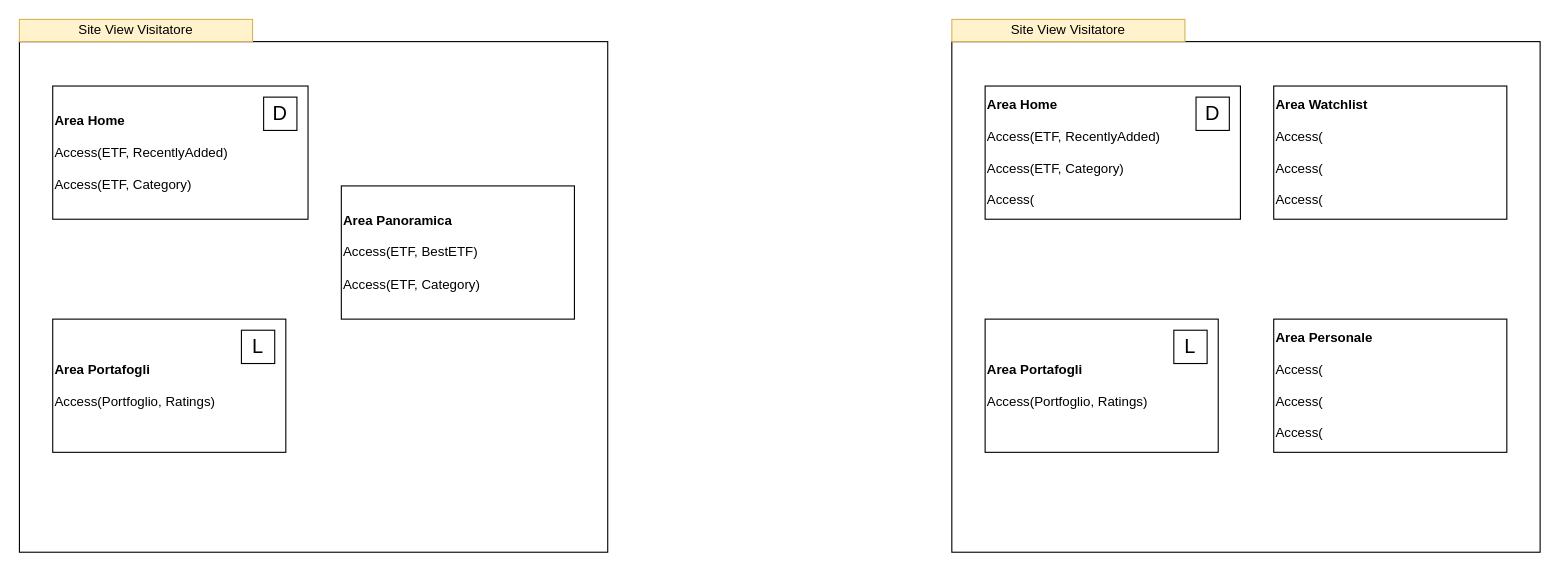
mattiapitossi/sebd keeps this draw.io diagram as page "Coarse" (3 of 3) of user_use_case.drawio. Above is the earlier version. Source tidied: cells renumbered, new cells numbered last; positions are measured from the earlier drawing's top-left corner, leaving out a move shared by most shapes. Both pictures are drawn from the tidied source at 111%, with x=0, y=0 at pixel (19, 19).
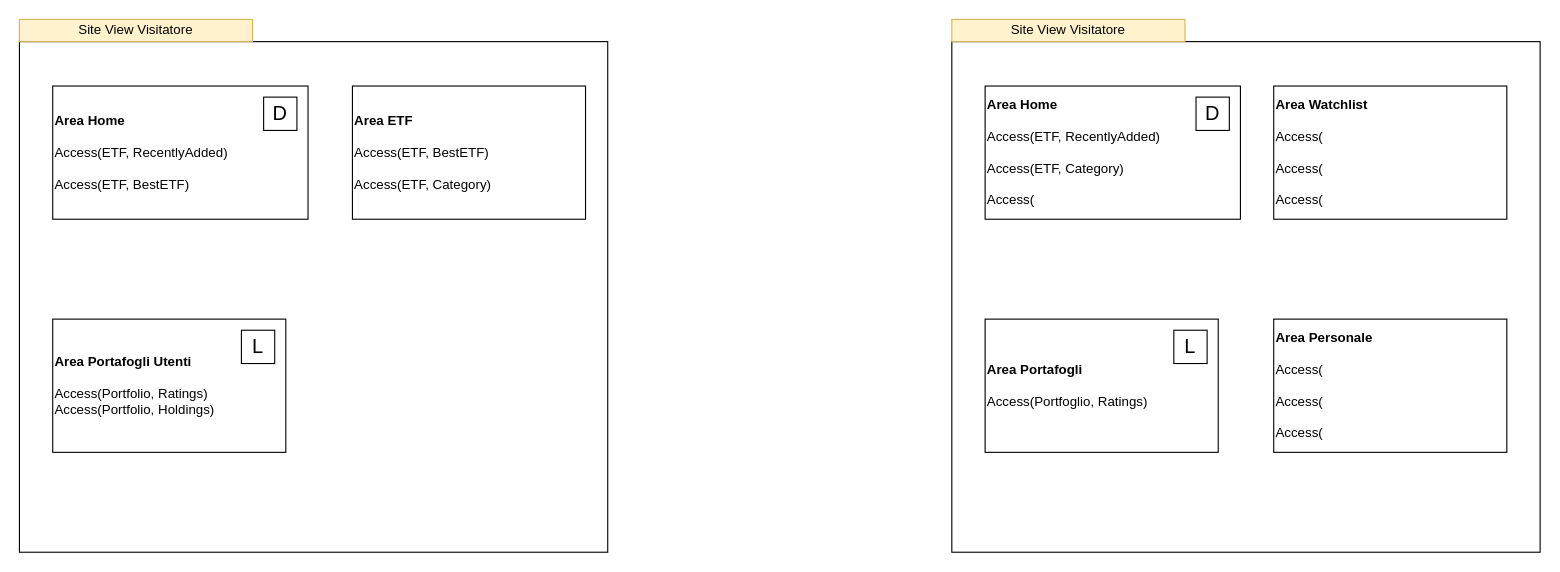
Above is the later version.

The edit, as a diff of the source:
```diff
@@
 <mxGraphModel>
   <root>
     <mxCell id="0" />
     <mxCell id="1" parent="0" />
     <mxCell id="2" style="rounded=0;whiteSpace=wrap;html=1;" parent="1" vertex="1">
       <mxGeometry y="20" width="530" height="460" as="geometry" />
     </mxCell>
-    <mxCell id="3" value="&lt;b&gt;Area Home&lt;br&gt;&lt;/b&gt;&lt;br&gt;Access(ETF, RecentlyAdded)&lt;br&gt;&lt;br&gt;Access(ETF, Category)" style="rounded=0;whiteSpace=wrap;html=1;align=left;" parent="1" vertex="1">
+    <mxCell id="3" value="&lt;b&gt;Area Home&lt;br&gt;&lt;/b&gt;&lt;br&gt;Access(ETF, RecentlyAdded)&lt;br&gt;&lt;br&gt;Access(ETF, BestETF)" style="rounded=0;whiteSpace=wrap;html=1;align=left;" parent="1" vertex="1">
       <mxGeometry x="30" y="60" width="230" height="120" as="geometry" />
     </mxCell>
     <mxCell id="4" value="Site View Visitatore" style="rounded=0;whiteSpace=wrap;html=1;fillColor=#fff2cc;strokeColor=#d6b656;" parent="1" vertex="1">
       <mxGeometry width="210" height="20" as="geometry" />
     </mxCell>
-    <mxCell id="5" value="&lt;b&gt;Area Panoramica&lt;br&gt;&lt;/b&gt;&lt;br&gt;Access(ETF, BestETF)&lt;br&gt;&lt;br&gt;Access(ETF, Category)" style="rounded=0;whiteSpace=wrap;html=1;align=left;" parent="1" vertex="1">
-      <mxGeometry x="290" y="150" width="210" height="120" as="geometry" />
+    <mxCell id="5" value="&lt;b&gt;Area ETF&lt;br&gt;&lt;/b&gt;&lt;br&gt;Access(ETF, BestETF)&lt;br&gt;&lt;br&gt;Access(ETF, Category)" style="rounded=0;whiteSpace=wrap;html=1;align=left;" parent="1" vertex="1">
+      <mxGeometry x="300" y="60" width="210" height="120" as="geometry" />
     </mxCell>
-    <mxCell id="6" value="&lt;b&gt;Area Portafogli&lt;br&gt;&lt;/b&gt;&lt;br&gt;Access(Portfoglio, Ratings)" style="rounded=0;whiteSpace=wrap;html=1;align=left;" parent="1" vertex="1">
+    <mxCell id="6" value="&lt;b&gt;Area Portafogli Utenti&lt;br&gt;&lt;/b&gt;&lt;br&gt;Access(Portfolio, Ratings)&lt;br&gt;Access(Portfolio, Holdings)" style="rounded=0;whiteSpace=wrap;html=1;align=left;" parent="1" vertex="1">
       <mxGeometry x="30" y="270" width="210" height="120" as="geometry" />
     </mxCell>
     <mxCell id="7" value="&lt;font style=&quot;font-size: 18px;&quot;&gt;D&lt;/font&gt;" style="whiteSpace=wrap;html=1;" parent="1" vertex="1">
       <mxGeometry x="220" y="70" width="30" height="30" as="geometry" />
     </mxCell>
     <mxCell id="8" value="&lt;font style=&quot;font-size: 18px;&quot;&gt;L&lt;/font&gt;" style="whiteSpace=wrap;html=1;" parent="1" vertex="1">
       <mxGeometry x="200" y="280" width="30" height="30" as="geometry" />
     </mxCell>
     <mxCell id="9" style="rounded=0;whiteSpace=wrap;html=1;" parent="1" vertex="1">
       <mxGeometry x="840" y="20" width="530" height="460" as="geometry" />
     </mxCell>
     <mxCell id="10" value="&lt;b&gt;Area Home&lt;br&gt;&lt;/b&gt;&lt;br&gt;Access(ETF, RecentlyAdded)&lt;br&gt;&lt;br&gt;Access(ETF, Category)&lt;br&gt;&lt;br&gt;Access(" style="rounded=0;whiteSpace=wrap;html=1;align=left;" parent="1" vertex="1">
       <mxGeometry x="870" y="60" width="230" height="120" as="geometry" />
     </mxCell>
     <mxCell id="11" value="Site View Visitatore" style="rounded=0;whiteSpace=wrap;html=1;fillColor=#fff2cc;strokeColor=#d6b656;" parent="1" vertex="1">
       <mxGeometry x="840" width="210" height="20" as="geometry" />
     </mxCell>
     <mxCell id="12" value="&lt;b&gt;Area Watchlist&lt;br&gt;&lt;/b&gt;&lt;br&gt;Access(&lt;br&gt;&lt;br&gt;Access(&lt;br&gt;&lt;br&gt;Access(" style="rounded=0;whiteSpace=wrap;html=1;align=left;" parent="1" vertex="1">
       <mxGeometry x="1130" y="60" width="210" height="120" as="geometry" />
     </mxCell>
     <mxCell id="13" value="&lt;b&gt;Area Personale&lt;br&gt;&lt;/b&gt;&lt;br&gt;Access(&lt;br&gt;&lt;br&gt;Access(&lt;br&gt;&lt;br&gt;Access(" style="rounded=0;whiteSpace=wrap;html=1;align=left;" parent="1" vertex="1">
       <mxGeometry x="1130" y="270" width="210" height="120" as="geometry" />
     </mxCell>
     <mxCell id="14" value="&lt;b&gt;Area Portafogli&lt;br&gt;&lt;/b&gt;&lt;br&gt;Access(Portfoglio, Ratings)" style="rounded=0;whiteSpace=wrap;html=1;align=left;" parent="1" vertex="1">
       <mxGeometry x="870" y="270" width="210" height="120" as="geometry" />
     </mxCell>
     <mxCell id="15" value="&lt;font style=&quot;font-size: 18px;&quot;&gt;D&lt;/font&gt;" style="whiteSpace=wrap;html=1;" parent="1" vertex="1">
       <mxGeometry x="1060" y="70" width="30" height="30" as="geometry" />
     </mxCell>
     <mxCell id="16" value="&lt;font style=&quot;font-size: 18px;&quot;&gt;L&lt;/font&gt;" style="whiteSpace=wrap;html=1;" parent="1" vertex="1">
       <mxGeometry x="1040" y="280" width="30" height="30" as="geometry" />
     </mxCell>
   </root>
 </mxGraphModel>
```
